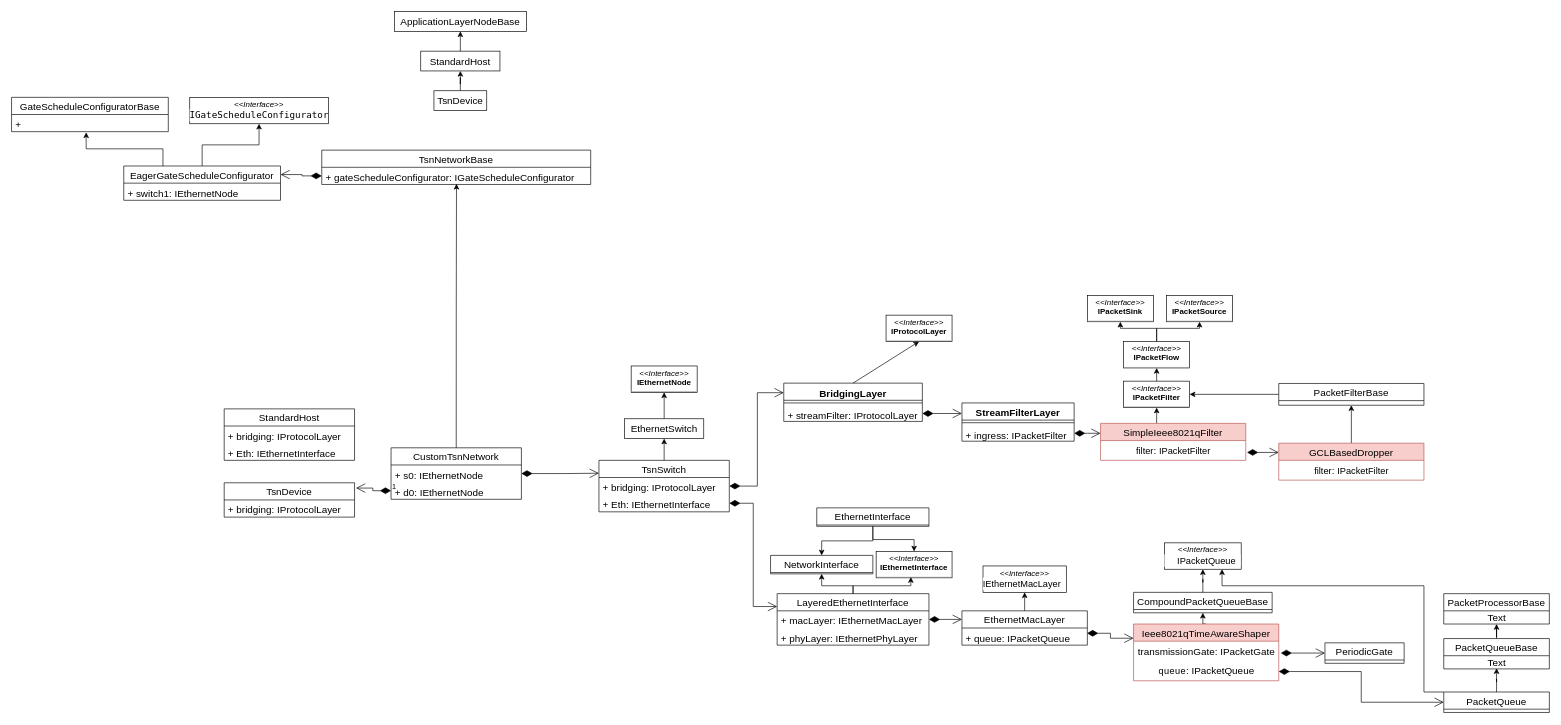
Above: diagrams/inet_notes.drawio in saberfeng/inet (draw.io), before the change. Source tidied: cells renumbered, new cells numbered last; positions are measured from the earlier drawing's top-left corner, leaving out a move shared by most shapes. Both pictures are drawn from the tidied source at 66%, with x=0, y=0 at pixel (11, 11).
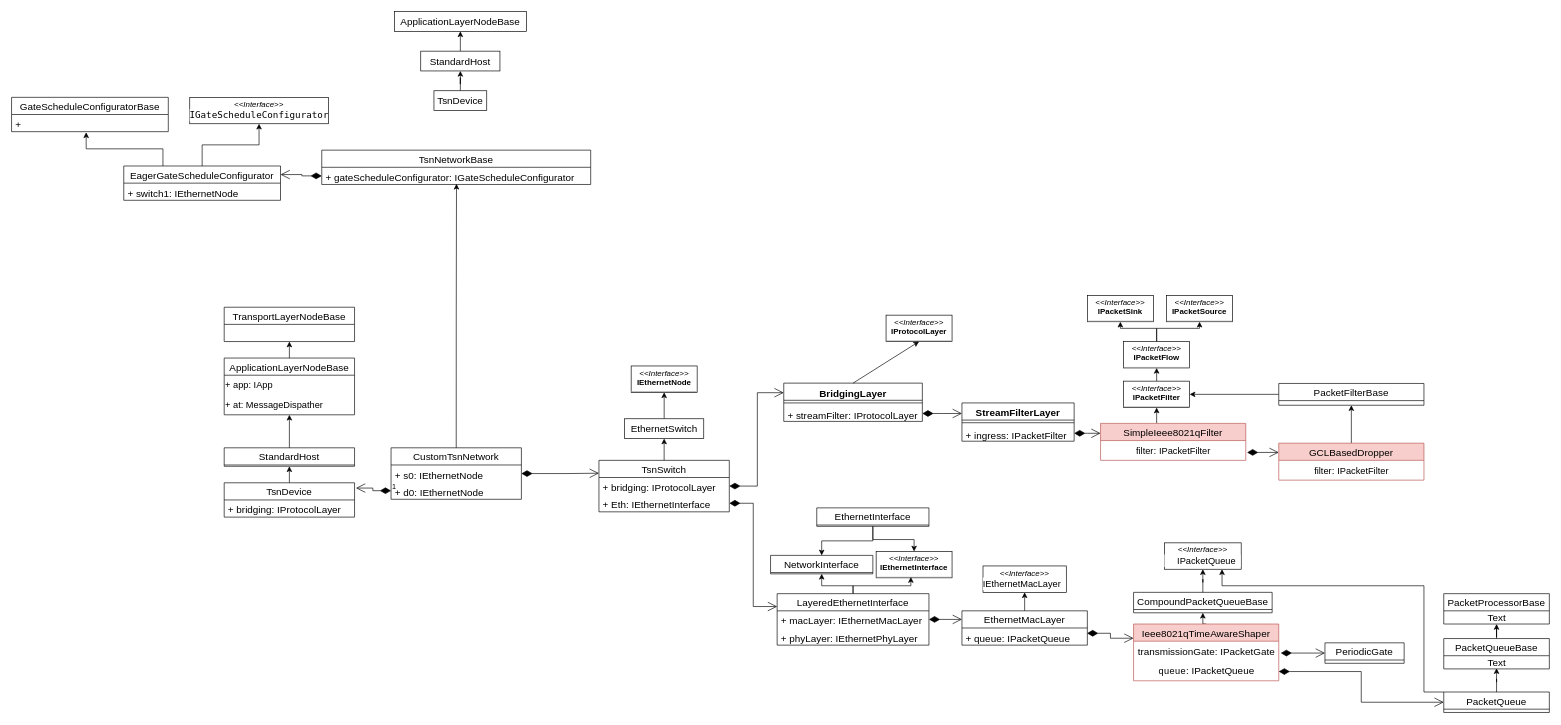
After the change.

Unchanged cells that the change refers to:
```xml
<mxCell id="91" value="TsnDevice" style="swimlane;fontStyle=0;horizontal=1;startSize=26;fillColor=none;fontSize=15;" parent="1" vertex="1">
  <mxGeometry x="322.2" y="714" width="197.5" height="52" as="geometry" />
</mxCell>
```

Change to the diagram source:
```diff
@@
+    <mxCell id="97" style="edgeStyle=orthogonalEdgeStyle;rounded=0;jettySize=auto;html=1;exitX=0.5;exitY=0;exitDx=0;exitDy=0;entryX=0.5;entryY=1;entryDx=0;entryDy=0;" parent="1" edge="1" source="91" target="94">
+      <mxGeometry relative="1" as="geometry" />
+    </mxCell>
@@
+    <mxCell id="98" style="edgeStyle=orthogonalEdgeStyle;rounded=0;jettySize=auto;html=1;" parent="1" edge="1" source="94" target="100">
+      <mxGeometry relative="1" as="geometry" />
+    </mxCell>
     <mxCell id="94" value="StandardHost" style="swimlane;fontStyle=0;horizontal=1;startSize=26;fillColor=none;fontSize=15;" parent="1" vertex="1">
-      <mxGeometry x="322.2" y="602" width="197.5" height="78" as="geometry" />
+      <mxGeometry x="322.2" y="661" width="197.5" height="28" as="geometry" />
     </mxCell>
-    <mxCell id="95" value="+ bridging: IProtocolLayer" style="text;strokeColor=none;fillColor=none;align=left;verticalAlign=top;spacingLeft=4;spacingRight=4;overflow=hidden;fontSize=15;" parent="94" vertex="1">
-      <mxGeometry y="26" width="197.5" height="26" as="geometry" />
-    </mxCell>
-    <mxCell id="96" value="+ Eth: IEthernetInterface" style="text;strokeColor=none;fillColor=none;align=left;verticalAlign=top;spacingLeft=4;spacingRight=4;overflow=hidden;fontSize=15;" parent="94" vertex="1">
-      <mxGeometry y="52" width="197.5" height="26" as="geometry" />
-    </mxCell>
+    <mxCell id="99" style="edgeStyle=orthogonalEdgeStyle;rounded=0;jettySize=auto;html=1;exitX=0.5;exitY=0;exitDx=0;exitDy=0;entryX=0.5;entryY=1;entryDx=0;entryDy=0;" parent="1" edge="1" source="100" target="103">
+      <mxGeometry relative="1" as="geometry" />
+    </mxCell>
+    <mxCell id="100" value="ApplicationLayerNodeBase" style="swimlane;fontStyle=0;horizontal=1;startSize=26;fillColor=none;fontSize=15;" parent="1" vertex="1">
+      <mxGeometry x="322.2" y="525" width="197.5" height="86" as="geometry" />
+    </mxCell>
+    <mxCell id="101" value="&lt;font style=&quot;font-size: 14px;&quot;&gt;+ app: IApp&lt;/font&gt;" style="text;html=1;strokeColor=none;fillColor=none;align=left;verticalAlign=middle;whiteSpace=wrap;rounded=0;" parent="100" vertex="1">
+      <mxGeometry y="26" width="197.5" height="30" as="geometry" />
+    </mxCell>
+    <mxCell id="102" value="&lt;font style=&quot;font-size: 14px;&quot;&gt;+ at: MessageDispather&lt;/font&gt;" style="text;html=1;strokeColor=none;fillColor=none;align=left;verticalAlign=middle;whiteSpace=wrap;rounded=0;" parent="100" vertex="1">
+      <mxGeometry y="56" width="197.5" height="30" as="geometry" />
+    </mxCell>
+    <mxCell id="103" value="TransportLayerNodeBase" style="swimlane;fontStyle=0;horizontal=1;startSize=26;fillColor=none;fontSize=15;" parent="1" vertex="1">
+      <mxGeometry x="322.2" y="448" width="197.5" height="52" as="geometry" />
+    </mxCell>
```
